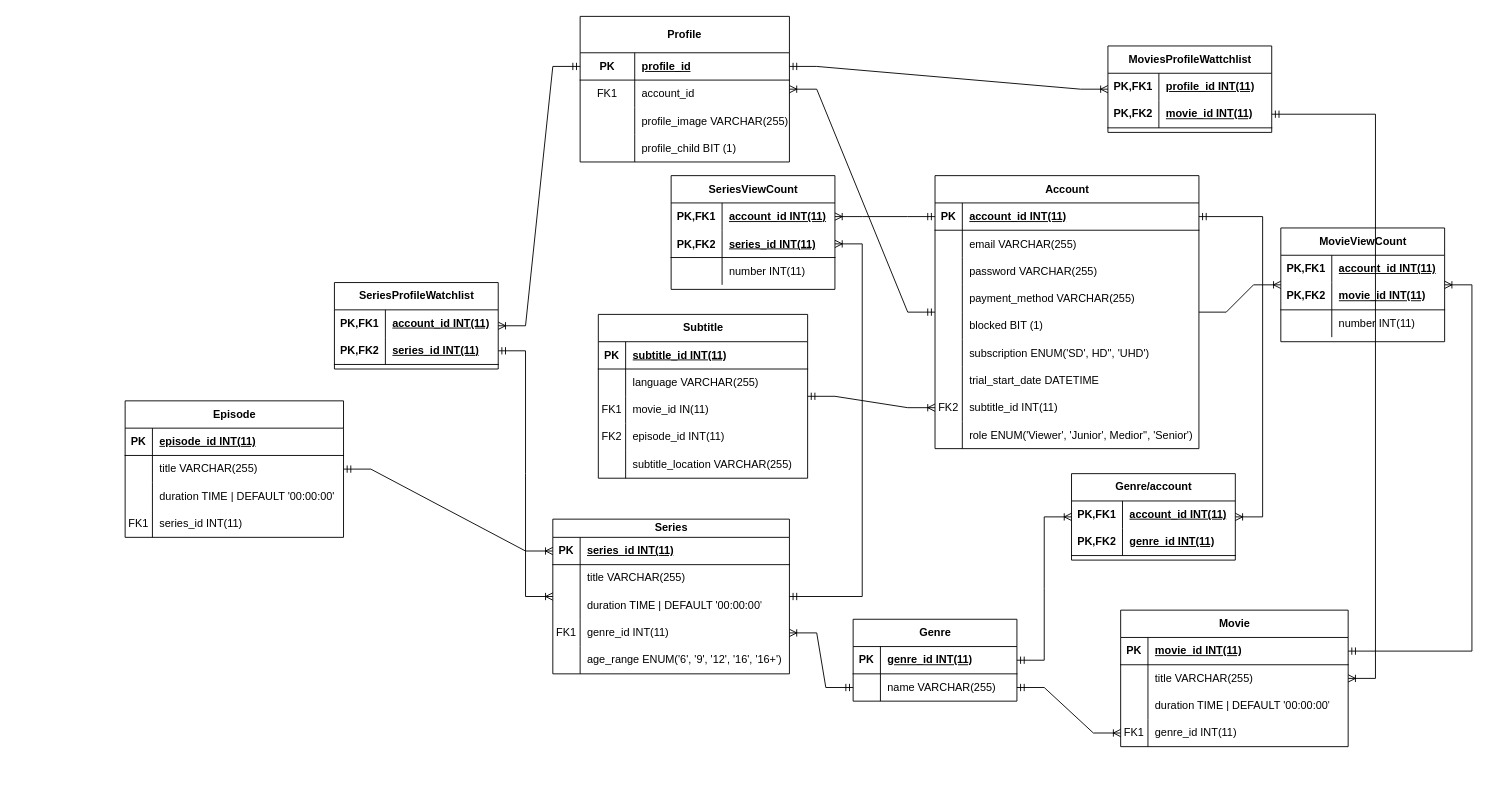
Bill0911/NeflixForBill keeps this draw.io diagram as ERD_final.drawio. Above is the earlier version. Source tidied: cells renumbered, new cells numbered last; positions are measured from the earlier drawing's top-left corner, leaving out a move shared by most shapes. Both pictures are drawn from the tidied source at 91%, with x=0, y=0 at pixel (125, 16).
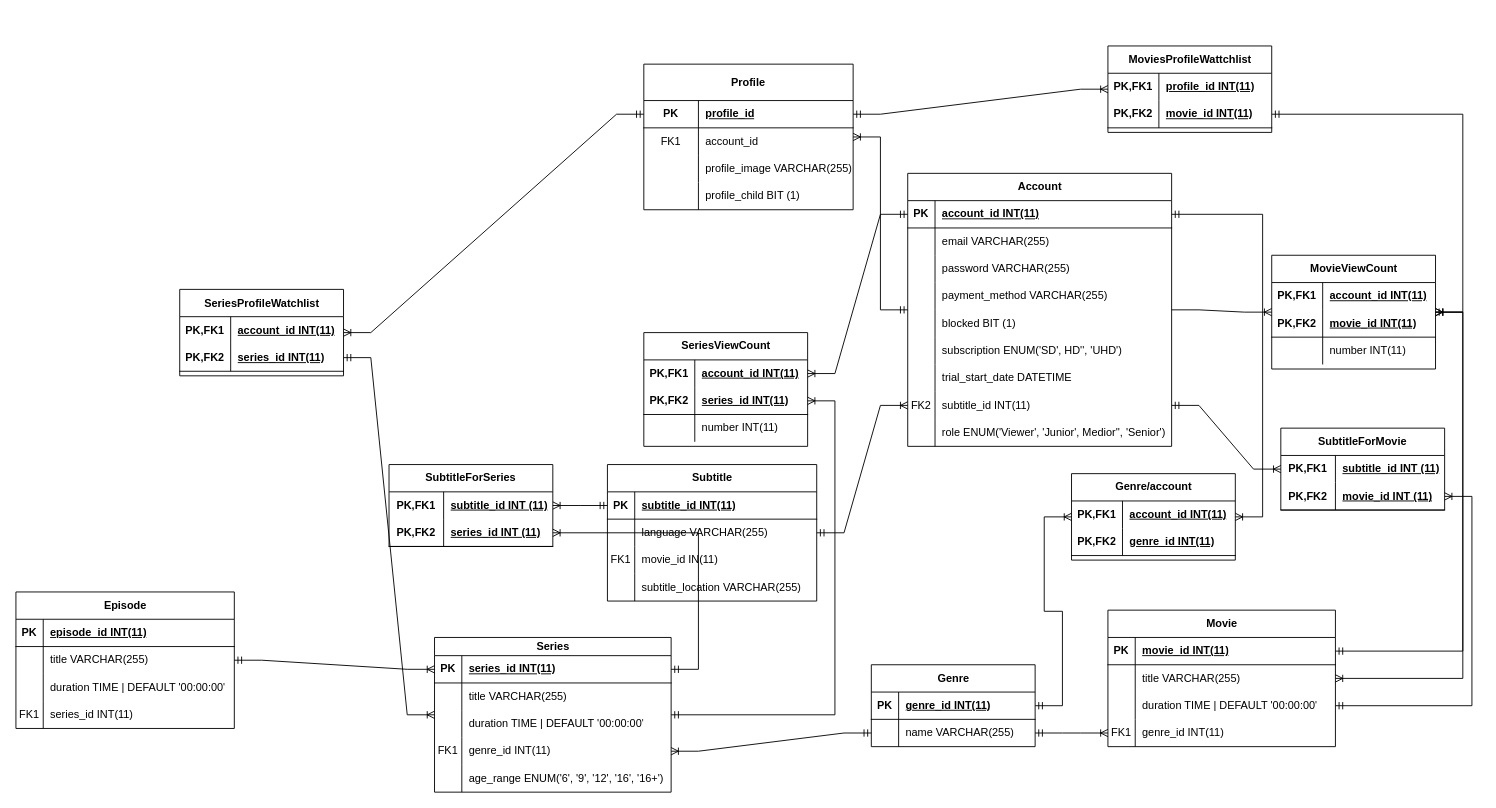
The same diagram, later.

Commit message (it also covers changes not shown here):
erd after polling 1

The change refers to these unchanged cells:
```xml
<mxCell id="24" style="shape=tableRow;horizontal=0;startSize=0;swimlaneHead=0;swimlaneBody=0;fillColor=none;points=[[0,0.5],[1,0.5]];portConstraint=eastwest;top=0;left=0;right=0;bottom=0;" parent="2" vertex="1">
  <mxGeometry y="240" width="290" height="30" as="geometry" />
</mxCell>
<mxCell id="60" style="shape=tableRow;horizontal=0;startSize=0;swimlaneHead=0;swimlaneBody=0;fillColor=none;points=[[0,0.5],[1,0.5]];portConstraint=eastwest;top=0;left=0;right=0;bottom=0;" parent="56" vertex="1">
  <mxGeometry y="60" width="250" height="30" as="geometry" />
</mxCell>
<mxCell id="63" style="shape=tableRow;horizontal=0;startSize=0;swimlaneHead=0;swimlaneBody=0;fillColor=none;points=[[0,0.5],[1,0.5]];portConstraint=eastwest;top=0;left=0;right=0;bottom=0;" parent="56" vertex="1">
  <mxGeometry y="90" width="250" height="30" as="geometry" />
</mxCell>
<mxCell id="69" style="shape=tableRow;horizontal=0;startSize=0;swimlaneHead=0;swimlaneBody=0;fillColor=none;top=0;left=0;right=0;bottom=0;" parent="1" vertex="1">
  <mxGeometry x="690" y="672" width="180" height="30" as="geometry" />
</mxCell>
<mxCell id="72" style="shape=tableRow;horizontal=0;startSize=0;swimlaneHead=0;swimlaneBody=0;fillColor=none;points=[[0,0.5],[1,0.5]];portConstraint=eastwest;top=0;left=0;right=0;bottom=1;" parent="71" vertex="1">
  <mxGeometry y="30" width="230" height="30" as="geometry" />
</mxCell>
<mxCell id="106" style="shape=tableRow;horizontal=0;startSize=0;swimlaneHead=0;swimlaneBody=0;fillColor=none;points=[[0,0.5],[1,0.5]];portConstraint=eastwest;top=0;left=0;right=0;bottom=1;" parent="105" vertex="1">
  <mxGeometry y="20" width="260" height="30" as="geometry" />
</mxCell>
<mxCell id="152" style="shape=tableRow;horizontal=0;startSize=0;swimlaneHead=0;swimlaneBody=0;fillColor=none;points=[[0,0.5],[1,0.5]];portConstraint=eastwest;top=0;left=0;right=0;bottom=1;" parent="148" vertex="1">
  <mxGeometry y="60" width="180" height="30" as="geometry" />
</mxCell>
<mxCell id="159" style="shape=tableRow;horizontal=0;startSize=0;swimlaneHead=0;swimlaneBody=0;fillColor=none;points=[[0,0.5],[1,0.5]];portConstraint=eastwest;top=0;left=0;right=0;bottom=1;" parent="155" vertex="1">
  <mxGeometry y="60" width="180" height="30" as="geometry" />
</mxCell>
```

The edit, as a diff of the source:
```diff
@@
     <mxCell id="2" value="&lt;span style=&quot;text-wrap-mode: wrap;&quot;&gt;Account&lt;/span&gt;" style="shape=table;startSize=30;childLayout=tableLayout;rowLines=0;fontStyle=1;align=center;html=1;" parent="1" vertex="1">
-      <mxGeometry x="890" y="174.5" width="290" height="300" as="geometry" />
+      <mxGeometry x="860" y="172" width="290" height="300" as="geometry" />
     </mxCell>
@@
     <mxCell id="30" value="Profile" style="shape=table;startSize=40;childLayout=tableLayout;rowLines=0;fontStyle=1;align=center;html=1;whiteSpace=wrap;" parent="1" vertex="1">
-      <mxGeometry x="500" y="-0.5" width="230" height="160" as="geometry" />
+      <mxGeometry x="570" y="52" width="230" height="160" as="geometry" />
     </mxCell>
@@
     <mxCell id="43" value="Episode" style="shape=table;startSize=30;childLayout=tableLayout;rowLines=0;fontStyle=1;align=center;html=1;" parent="1" vertex="1">
-      <mxGeometry y="422" width="240" height="150" as="geometry" />
+      <mxGeometry x="-120" y="632" width="240" height="150" as="geometry" />
     </mxCell>
@@
     <mxCell id="56" value="Movie" style="shape=table;startSize=30;childLayout=tableLayout;rowLines=0;fontStyle=1;align=center;html=1;" parent="1" vertex="1">
-      <mxGeometry x="1094" y="652" width="250" height="150" as="geometry" />
+      <mxGeometry x="1080" y="652" width="250" height="150" as="geometry" />
     </mxCell>
@@
     <mxCell id="70" style="shape=partialRectangle;fillColor=none;top=0;left=0;bottom=0;right=0;overflow=hidden;whiteSpace=wrap;html=1;" parent="69" vertex="1">
-      <mxGeometry width="30" height="30" as="geometry" />
+      <mxGeometry x="-210" y="85" width="30" height="30" as="geometry" />
     </mxCell>
     <mxCell id="71" value="Subtitle" style="shape=table;startSize=30;childLayout=tableLayout;rowLines=0;fontStyle=1;align=center;html=1;" parent="1" vertex="1">
-      <mxGeometry x="520" y="327" width="230" height="180" as="geometry" />
+      <mxGeometry x="530" y="492" width="230" height="150" as="geometry" />
     </mxCell>
@@
-    <mxCell id="81" style="shape=tableRow;horizontal=0;startSize=0;swimlaneHead=0;swimlaneBody=0;fillColor=none;top=0;left=0;right=0;bottom=0;" parent="71" vertex="1">
-      <mxGeometry y="120" width="230" height="30" as="geometry" />
-    </mxCell>
-    <mxCell id="82" value="FK2" style="shape=partialRectangle;fillColor=none;top=0;left=0;bottom=0;right=0;overflow=hidden;whiteSpace=wrap;html=1;" parent="81" vertex="1">
-      <mxGeometry width="30" height="30" as="geometry" />
-    </mxCell>
-    <mxCell id="83" value="episode_id INT(11)" style="shape=partialRectangle;fillColor=none;top=0;left=0;bottom=0;right=0;align=left;spacingLeft=6;overflow=hidden;whiteSpace=wrap;html=1;" parent="81" vertex="1">
-      <mxGeometry x="30" width="200" height="30" as="geometry" />
-    </mxCell>
     <mxCell id="84" style="shape=tableRow;horizontal=0;startSize=0;swimlaneHead=0;swimlaneBody=0;fillColor=none;top=0;left=0;right=0;bottom=0;" parent="71" vertex="1">
-      <mxGeometry y="150" width="230" height="30" as="geometry" />
+      <mxGeometry y="120" width="230" height="30" as="geometry" />
     </mxCell>
@@
     <mxCell id="89" value="Genre" style="shape=table;startSize=30;childLayout=tableLayout;rowLines=0;fontStyle=1;align=center;html=1;" parent="1" vertex="1">
-      <mxGeometry x="800" y="662" width="180" height="90" as="geometry" />
+      <mxGeometry x="820" y="712" width="180" height="90" as="geometry" />
     </mxCell>
@@
     <mxCell id="105" value="Series" style="shape=table;startSize=20;childLayout=tableLayout;rowLines=0;fontStyle=1;align=center;html=1;" parent="1" vertex="1">
-      <mxGeometry x="470" y="552" width="260" height="170" as="geometry" />
+      <mxGeometry x="340" y="682" width="260" height="170" as="geometry" />
     </mxCell>
@@
-    <mxCell id="124" value="MovieViewCount" style="shape=table;startSize=30;childLayout=tableLayout;rowLines=0;fontStyle=1;align=center;html=1;" parent="1" vertex="1">
-      <mxGeometry x="1270" y="232" width="180" height="125" as="geometry" />
-    </mxCell>
-    <mxCell id="125" style="shape=tableRow;horizontal=0;startSize=0;swimlaneHead=0;swimlaneBody=0;fillColor=none;top=0;left=0;right=0;bottom=0;" parent="124" vertex="1">
-      <mxGeometry y="30" width="180" height="30" as="geometry" />
-    </mxCell>
-    <mxCell id="126" value="PK,FK1" style="shape=partialRectangle;fillColor=none;top=0;left=0;bottom=0;right=0;fontStyle=1;overflow=hidden;whiteSpace=wrap;html=1;" parent="125" vertex="1">
-      <mxGeometry width="56" height="30" as="geometry" />
-    </mxCell>
-    <mxCell id="127" value="account_id INT(11)" style="shape=partialRectangle;fillColor=none;top=0;left=0;bottom=0;right=0;align=left;spacingLeft=6;fontStyle=5;overflow=hidden;whiteSpace=wrap;html=1;" parent="125" vertex="1">
-      <mxGeometry x="56" width="124" height="30" as="geometry" />
-    </mxCell>
-    <mxCell id="128" style="shape=tableRow;horizontal=0;startSize=0;swimlaneHead=0;swimlaneBody=0;fillColor=none;top=0;left=0;right=0;bottom=1;" parent="124" vertex="1">
-      <mxGeometry y="60" width="180" height="30" as="geometry" />
-    </mxCell>
-    <mxCell id="129" value="PK,FK2" style="shape=partialRectangle;fillColor=none;top=0;left=0;bottom=0;right=0;fontStyle=1;overflow=hidden;whiteSpace=wrap;html=1;" parent="128" vertex="1">
-      <mxGeometry width="56" height="30" as="geometry" />
-    </mxCell>
-    <mxCell id="130" value="movie_id INT(11)" style="shape=partialRectangle;fillColor=none;top=0;left=0;bottom=0;right=0;align=left;spacingLeft=6;fontStyle=5;overflow=hidden;whiteSpace=wrap;html=1;" parent="128" vertex="1">
-      <mxGeometry x="56" width="124" height="30" as="geometry" />
-    </mxCell>
-    <mxCell id="131" style="shape=tableRow;horizontal=0;startSize=0;swimlaneHead=0;swimlaneBody=0;fillColor=none;top=0;left=0;right=0;bottom=0;" parent="124" vertex="1">
-      <mxGeometry y="90" width="180" height="30" as="geometry" />
-    </mxCell>
-    <mxCell id="132" style="shape=partialRectangle;fillColor=none;top=0;left=0;bottom=0;right=0;fontStyle=1;overflow=hidden;whiteSpace=wrap;html=1;" parent="131" vertex="1">
-      <mxGeometry width="56" height="30" as="geometry" />
-    </mxCell>
-    <mxCell id="133" value="&lt;span style=&quot;&quot;&gt;number INT(11)&lt;/span&gt;" style="shape=partialRectangle;fillColor=none;top=0;left=0;bottom=0;right=0;align=left;spacingLeft=6;fontStyle=0;overflow=hidden;whiteSpace=wrap;html=1;" parent="131" vertex="1">
-      <mxGeometry x="56" width="124" height="30" as="geometry" />
-    </mxCell>
     <mxCell id="134" value="SeriesViewCount" style="shape=table;startSize=30;childLayout=tableLayout;rowLines=0;fontStyle=1;align=center;html=1;" parent="1" vertex="1">
-      <mxGeometry x="600" y="174.5" width="180" height="125" as="geometry" />
+      <mxGeometry x="570" y="347" width="180" height="125" as="geometry" />
     </mxCell>
@@
     <mxCell id="155" value="SeriesProfileWatchlist" style="shape=table;startSize=30;childLayout=tableLayout;rowLines=0;fontStyle=1;align=center;html=1;" parent="1" vertex="1">
-      <mxGeometry x="230" y="292" width="180" height="95" as="geometry" />
+      <mxGeometry x="60" y="299.5" width="180" height="95" as="geometry" />
     </mxCell>
@@
     <mxCell id="164" style="edgeStyle=entityRelationEdgeStyle;fontSize=12;html=1;endArrow=ERoneToMany;startArrow=ERmandOne;rounded=0;" parent="1" edge="1" source="159" target="105">
-      <mxGeometry relative="1" as="geometry" />
+      <mxGeometry relative="1" as="geometry">
+        <Array as="points">
+          <mxPoint x="270" y="582" />
+          <mxPoint x="230" y="572" />
+          <mxPoint x="210" y="462" />
+          <mxPoint x="260" y="572" />
+        </Array>
+      </mxGeometry>
     </mxCell>
-    <mxCell id="165" style="edgeStyle=entityRelationEdgeStyle;fontSize=12;html=1;endArrow=ERoneToMany;startArrow=ERmandOne;rounded=0;" parent="1" edge="1" source="152" target="60">
+    <mxCell id="165" style="edgeStyle=entityRelationEdgeStyle;fontSize=12;html=1;endArrow=ERoneToMany;startArrow=ERmandOne;rounded=0;" parent="1" edge="1" source="124" target="60">
       <mxGeometry relative="1" as="geometry" />
     </mxCell>
+    <mxCell id="166" style="edgeStyle=entityRelationEdgeStyle;fontSize=12;html=1;endArrow=ERoneToMany;startArrow=ERmandOne;rounded=0;" parent="1" edge="1" source="152" target="124">
+      <mxGeometry relative="1" as="geometry" />
+    </mxCell>
+    <mxCell id="124" value="MovieViewCount" style="shape=table;startSize=30;childLayout=tableLayout;rowLines=0;fontStyle=1;align=center;html=1;" parent="1" vertex="1">
+      <mxGeometry x="1260" y="262" width="180" height="125" as="geometry" />
+    </mxCell>
+    <mxCell id="125" style="shape=tableRow;horizontal=0;startSize=0;swimlaneHead=0;swimlaneBody=0;fillColor=none;top=0;left=0;right=0;bottom=0;" parent="124" vertex="1">
+      <mxGeometry y="30" width="180" height="30" as="geometry" />
+    </mxCell>
+    <mxCell id="126" value="PK,FK1" style="shape=partialRectangle;fillColor=none;top=0;left=0;bottom=0;right=0;fontStyle=1;overflow=hidden;whiteSpace=wrap;html=1;" parent="125" vertex="1">
+      <mxGeometry width="56" height="30" as="geometry" />
+    </mxCell>
+    <mxCell id="127" value="account_id INT(11)" style="shape=partialRectangle;fillColor=none;top=0;left=0;bottom=0;right=0;align=left;spacingLeft=6;fontStyle=5;overflow=hidden;whiteSpace=wrap;html=1;" parent="125" vertex="1">
+      <mxGeometry x="56" width="124" height="30" as="geometry" />
+    </mxCell>
+    <mxCell id="128" style="shape=tableRow;horizontal=0;startSize=0;swimlaneHead=0;swimlaneBody=0;fillColor=none;top=0;left=0;right=0;bottom=1;" parent="124" vertex="1">
+      <mxGeometry y="60" width="180" height="30" as="geometry" />
+    </mxCell>
+    <mxCell id="129" value="PK,FK2" style="shape=partialRectangle;fillColor=none;top=0;left=0;bottom=0;right=0;fontStyle=1;overflow=hidden;whiteSpace=wrap;html=1;" parent="128" vertex="1">
+      <mxGeometry width="56" height="30" as="geometry" />
+    </mxCell>
+    <mxCell id="130" value="movie_id INT(11)" style="shape=partialRectangle;fillColor=none;top=0;left=0;bottom=0;right=0;align=left;spacingLeft=6;fontStyle=5;overflow=hidden;whiteSpace=wrap;html=1;" parent="128" vertex="1">
+      <mxGeometry x="56" width="124" height="30" as="geometry" />
+    </mxCell>
+    <mxCell id="131" style="shape=tableRow;horizontal=0;startSize=0;swimlaneHead=0;swimlaneBody=0;fillColor=none;top=0;left=0;right=0;bottom=0;" parent="124" vertex="1">
+      <mxGeometry y="90" width="180" height="30" as="geometry" />
+    </mxCell>
+    <mxCell id="132" style="shape=partialRectangle;fillColor=none;top=0;left=0;bottom=0;right=0;fontStyle=1;overflow=hidden;whiteSpace=wrap;html=1;" parent="131" vertex="1">
+      <mxGeometry width="56" height="30" as="geometry" />
+    </mxCell>
+    <mxCell id="133" value="&lt;span style=&quot;&quot;&gt;number INT(11)&lt;/span&gt;" style="shape=partialRectangle;fillColor=none;top=0;left=0;bottom=0;right=0;align=left;spacingLeft=6;fontStyle=0;overflow=hidden;whiteSpace=wrap;html=1;" parent="131" vertex="1">
+      <mxGeometry x="56" width="124" height="30" as="geometry" />
+    </mxCell>
+    <mxCell id="167" value="SubtitleForSeries" style="shape=table;startSize=30;childLayout=tableLayout;rowLines=0;fontStyle=1;align=center;html=1;whiteSpace=wrap;" parent="1" vertex="1">
+      <mxGeometry x="290" y="492" width="180" height="90" as="geometry" />
+    </mxCell>
+    <mxCell id="168" style="shape=tableRow;horizontal=0;startSize=0;swimlaneHead=0;swimlaneBody=0;fillColor=none;top=0;left=0;right=0;bottom=0;html=1;" parent="167" vertex="1">
+      <mxGeometry y="30" width="180" height="30" as="geometry" />
+    </mxCell>
+    <mxCell id="169" value="PK,FK1" style="shape=partialRectangle;fillColor=none;top=0;left=0;bottom=0;right=0;fontStyle=1;overflow=hidden;html=1;whiteSpace=wrap;" parent="168" vertex="1">
+      <mxGeometry width="60" height="30" as="geometry" />
+    </mxCell>
+    <mxCell id="170" value="subtitle_id INT (11)" style="shape=partialRectangle;fillColor=none;top=0;left=0;bottom=0;right=0;align=left;spacingLeft=6;fontStyle=5;overflow=hidden;html=1;whiteSpace=wrap;" parent="168" vertex="1">
+      <mxGeometry x="60" width="120" height="30" as="geometry" />
+    </mxCell>
+    <mxCell id="171" style="shape=tableRow;horizontal=0;startSize=0;swimlaneHead=0;swimlaneBody=0;fillColor=none;points=[[0,0.5],[1,0.5]];portConstraint=eastwest;top=0;left=0;right=0;bottom=1;html=1;" parent="167" vertex="1">
+      <mxGeometry y="60" width="180" height="30" as="geometry" />
+    </mxCell>
+    <mxCell id="172" value="PK,FK2" style="shape=partialRectangle;fillColor=none;top=0;left=0;bottom=0;right=0;fontStyle=1;overflow=hidden;html=1;whiteSpace=wrap;" parent="171" vertex="1">
+      <mxGeometry width="60" height="30" as="geometry" />
+    </mxCell>
+    <mxCell id="173" value="series_id INT (11)" style="shape=partialRectangle;fillColor=none;top=0;left=0;bottom=0;right=0;align=left;spacingLeft=6;fontStyle=5;overflow=hidden;html=1;whiteSpace=wrap;" parent="171" vertex="1">
+      <mxGeometry x="60" width="120" height="30" as="geometry" />
+    </mxCell>
+    <mxCell id="174" value="SubtitleForMovie" style="shape=table;startSize=30;childLayout=tableLayout;rowLines=0;fontStyle=1;align=center;html=1;whiteSpace=wrap;" parent="1" vertex="1">
+      <mxGeometry x="1270" y="452" width="180" height="90" as="geometry" />
+    </mxCell>
+    <mxCell id="175" style="shape=tableRow;horizontal=0;startSize=0;swimlaneHead=0;swimlaneBody=0;fillColor=none;points=[[0,0.5],[1,0.5]];portConstraint=eastwest;top=0;left=0;right=0;bottom=0;html=1;" parent="174" vertex="1">
+      <mxGeometry y="30" width="180" height="30" as="geometry" />
+    </mxCell>
+    <mxCell id="176" value="PK,FK1" style="shape=partialRectangle;fillColor=none;top=0;left=0;bottom=0;right=0;fontStyle=1;overflow=hidden;html=1;whiteSpace=wrap;" parent="175" vertex="1">
+      <mxGeometry width="60" height="30" as="geometry" />
+    </mxCell>
+    <mxCell id="177" value="subtitle_id INT (11)" style="shape=partialRectangle;fillColor=none;top=0;left=0;bottom=0;right=0;align=left;spacingLeft=6;fontStyle=5;overflow=hidden;html=1;whiteSpace=wrap;" parent="175" vertex="1">
+      <mxGeometry x="60" width="120" height="30" as="geometry" />
+    </mxCell>
+    <mxCell id="178" style="shape=tableRow;horizontal=0;startSize=0;swimlaneHead=0;swimlaneBody=0;fillColor=none;points=[[0,0.5],[1,0.5]];portConstraint=eastwest;top=0;left=0;right=0;bottom=1;html=1;" parent="174" vertex="1">
+      <mxGeometry y="60" width="180" height="30" as="geometry" />
+    </mxCell>
+    <mxCell id="179" value="PK,FK2" style="shape=partialRectangle;fillColor=none;top=0;left=0;bottom=0;right=0;fontStyle=1;overflow=hidden;html=1;whiteSpace=wrap;" parent="178" vertex="1">
+      <mxGeometry width="60" height="30" as="geometry" />
+    </mxCell>
+    <mxCell id="180" value="movie_id INT (11)" style="shape=partialRectangle;fillColor=none;top=0;left=0;bottom=0;right=0;align=left;spacingLeft=6;fontStyle=5;overflow=hidden;html=1;whiteSpace=wrap;" parent="178" vertex="1">
+      <mxGeometry x="60" width="120" height="30" as="geometry" />
+    </mxCell>
+    <mxCell id="181" style="edgeStyle=entityRelationEdgeStyle;fontSize=12;html=1;endArrow=ERoneToMany;startArrow=ERmandOne;rounded=0;" parent="1" edge="1" source="72" target="167">
+      <mxGeometry relative="1" as="geometry" />
+    </mxCell>
+    <mxCell id="182" style="edgeStyle=entityRelationEdgeStyle;fontSize=12;html=1;endArrow=ERoneToMany;startArrow=ERmandOne;rounded=0;" parent="1" edge="1" source="106" target="171">
+      <mxGeometry relative="1" as="geometry">
+        <Array as="points">
+          <mxPoint x="580" y="622" />
+          <mxPoint x="550" y="612" />
+        </Array>
+      </mxGeometry>
+    </mxCell>
+    <mxCell id="183" style="edgeStyle=entityRelationEdgeStyle;fontSize=12;html=1;endArrow=ERoneToMany;startArrow=ERmandOne;rounded=0;" parent="1" edge="1" source="63" target="178">
+      <mxGeometry relative="1" as="geometry" />
+    </mxCell>
+    <mxCell id="184" style="edgeStyle=entityRelationEdgeStyle;fontSize=12;html=1;endArrow=ERoneToMany;startArrow=ERmandOne;rounded=0;" parent="1" edge="1" source="24" target="175">
+      <mxGeometry relative="1" as="geometry" />
+    </mxCell>
```
